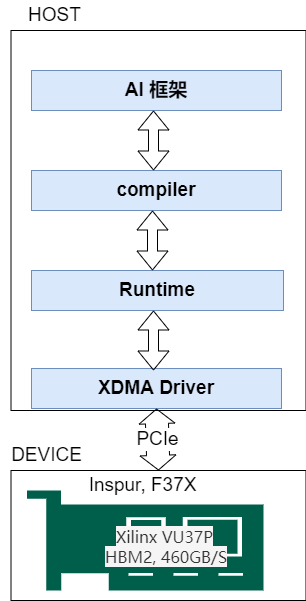
Above: doc/F37X.png in LCAI-TIHU/SW (draw.io), before the change. Source tidied: cells renumbered, new cells last; positions are measured from the earlier drawing's top-left corner, leaving out a move shared by most shapes.
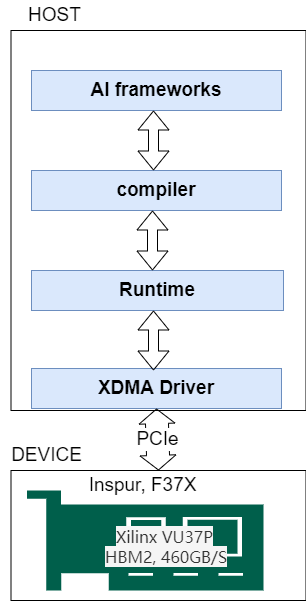
Later version of the same file.

What changed in the source:
```diff
@@ -32,7 +32,7 @@
         <mxPoint x="152" y="310" as="targetPoint" />
       </mxGeometry>
     </mxCell>
-    <mxCell id="11" value="AI 框架" style="rounded=0;whiteSpace=wrap;html=1;fontSize=19;fillColor=#dae8fc;strokeColor=#6c8ebf;fontStyle=1;" parent="1" vertex="1">
+    <mxCell id="11" value="AI frameworks" style="rounded=0;whiteSpace=wrap;html=1;fontSize=19;fillColor=#dae8fc;strokeColor=#6c8ebf;fontStyle=1;" parent="1" vertex="1">
       <mxGeometry x="30" y="70" width="250" height="40" as="geometry" />
     </mxCell>
     <mxCell id="12" style="shape=flexArrow;endArrow=classic;startArrow=classic;html=1;rounded=0;fontSize=19;" parent="1" edge="1">
```
